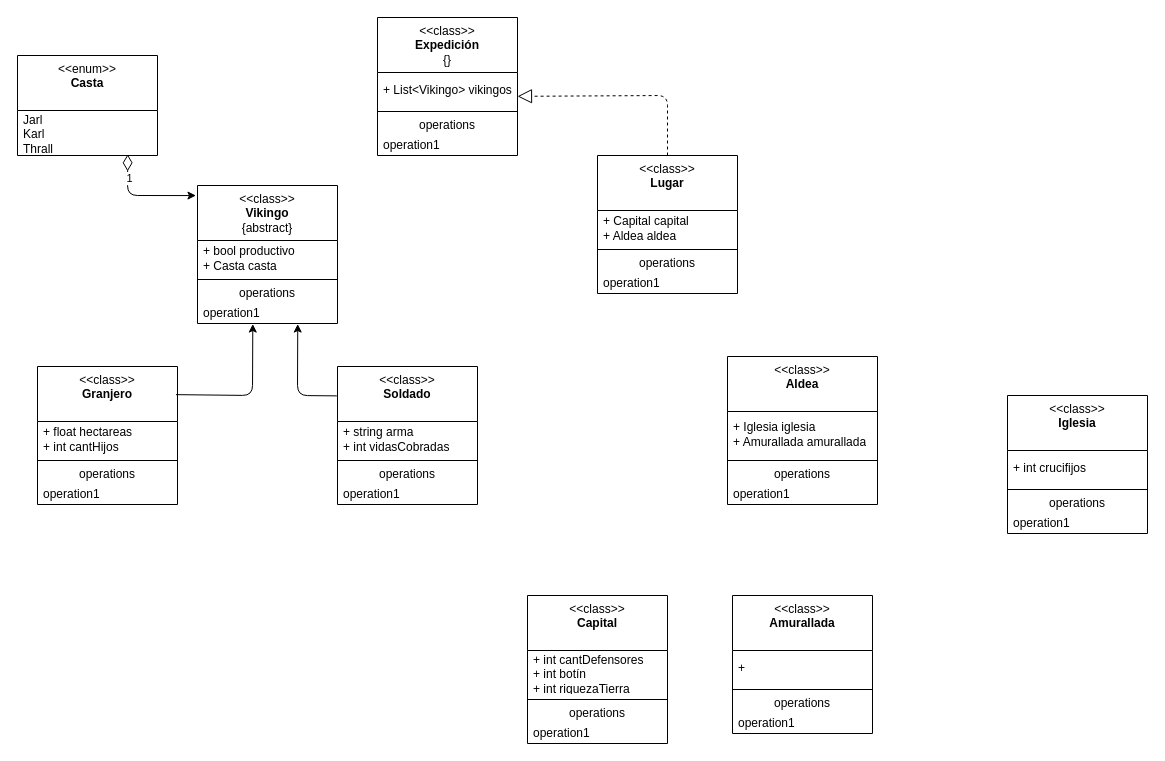
Earlier version of the draw.io diagram Vikingos/UML.drawio (PasandiLuka/TrabajosDuran). Source tidied: cells renumbered, new cells numbered last; positions are measured from the earlier drawing's top-left corner, leaving out a move shared by most shapes. Both pictures are drawn from the tidied source at 100%, with x=0, y=0 at pixel (17, 17).
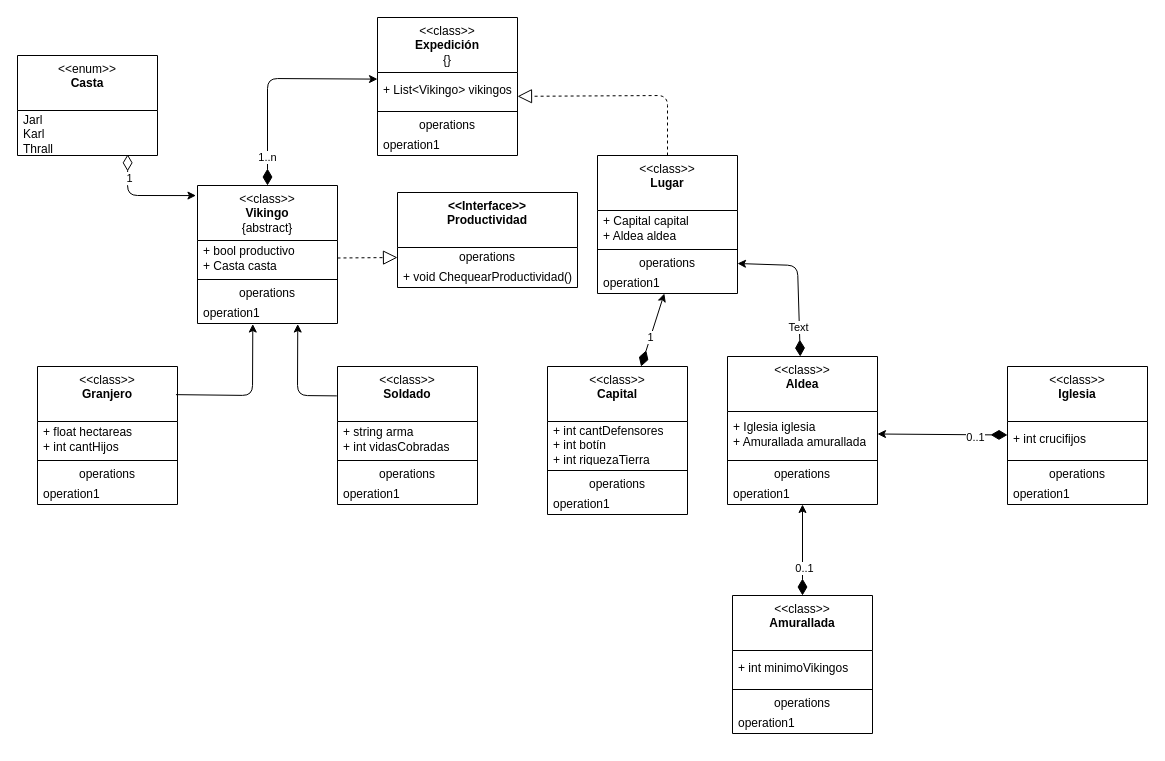
The same page after the edit.

The change refers to these unchanged cells:
```xml
<mxCell id="2" value="&amp;lt;&amp;lt;class&amp;gt;&amp;gt;&lt;br&gt;&lt;b&gt;Vikingo&lt;/b&gt;&lt;br&gt;{abstract}" style="swimlane;fontStyle=0;align=center;verticalAlign=top;horizontal=1;startSize=55;html=1;whiteSpace=wrap;" parent="1" vertex="1">
  <mxGeometry x="180" y="168" width="140" height="138" as="geometry" />
</mxCell>
<mxCell id="3" value="&lt;font style=&quot;color: rgb(0, 0, 0);&quot;&gt;+ bool productivo&lt;/font&gt;&lt;div&gt;&lt;font style=&quot;color: rgb(0, 0, 0);&quot;&gt;+ Casta casta&lt;/font&gt;&lt;/div&gt;" style="text;html=1;strokeColor=none;fillColor=none;align=left;verticalAlign=middle;spacingLeft=4;spacingRight=4;overflow=hidden;points=[[0,0.5],[1,0.5]];portConstraint=eastwest;whiteSpace=wrap;" parent="2" vertex="1">
  <mxGeometry y="55" width="140" height="35" as="geometry" />
</mxCell>
<mxCell id="18" value="+ List&amp;lt;Vikingo&amp;gt; vikingos" style="text;html=1;strokeColor=none;fillColor=none;align=left;verticalAlign=middle;spacingLeft=4;spacingRight=4;overflow=hidden;points=[[0,0.5],[1,0.5]];portConstraint=eastwest;whiteSpace=wrap;" parent="17" vertex="1">
  <mxGeometry y="55" width="140" height="35" as="geometry" />
</mxCell>
<mxCell id="25" value="operations" style="text;html=1;strokeColor=none;fillColor=none;align=center;verticalAlign=middle;spacingLeft=4;spacingRight=4;overflow=hidden;points=[[0,0.5],[1,0.5]];portConstraint=eastwest;whiteSpace=wrap;" parent="22" vertex="1">
  <mxGeometry y="98" width="140" height="20" as="geometry" />
</mxCell>
<mxCell id="26" value="operation1" style="text;html=1;strokeColor=none;fillColor=none;align=left;verticalAlign=middle;spacingLeft=4;spacingRight=4;overflow=hidden;points=[[0,0.5],[1,0.5]];portConstraint=eastwest;whiteSpace=wrap;" parent="22" vertex="1">
  <mxGeometry y="118" width="140" height="20" as="geometry" />
</mxCell>
<mxCell id="27" value="&amp;lt;&amp;lt;class&amp;gt;&amp;gt;&lt;br&gt;&lt;b&gt;Aldea&lt;/b&gt;" style="swimlane;fontStyle=0;align=center;verticalAlign=top;horizontal=1;startSize=55;html=1;whiteSpace=wrap;" parent="1" vertex="1">
  <mxGeometry x="710" y="339" width="150" height="148" as="geometry" />
</mxCell>
<mxCell id="28" value="&lt;font style=&quot;color: rgb(0, 0, 0);&quot;&gt;+ Iglesia iglesia&lt;/font&gt;&lt;div&gt;&lt;font style=&quot;color: rgb(0, 0, 0);&quot;&gt;+ Amurallada amurallada&lt;/font&gt;&lt;/div&gt;" style="text;html=1;strokeColor=none;fillColor=none;align=left;verticalAlign=middle;spacingLeft=4;spacingRight=4;overflow=hidden;points=[[0,0.5],[1,0.5]];portConstraint=eastwest;whiteSpace=wrap;" parent="27" vertex="1">
  <mxGeometry y="55" width="150" height="45" as="geometry" />
</mxCell>
<mxCell id="31" value="operation1" style="text;html=1;strokeColor=none;fillColor=none;align=left;verticalAlign=middle;spacingLeft=4;spacingRight=4;overflow=hidden;points=[[0,0.5],[1,0.5]];portConstraint=eastwest;whiteSpace=wrap;" parent="27" vertex="1">
  <mxGeometry y="128" width="150" height="20" as="geometry" />
</mxCell>
<mxCell id="46" value="&amp;lt;&amp;lt;class&amp;gt;&amp;gt;&lt;br&gt;&lt;b&gt;Amurallada&lt;/b&gt;" style="swimlane;fontStyle=0;align=center;verticalAlign=top;horizontal=1;startSize=55;html=1;whiteSpace=wrap;" parent="1" vertex="1">
  <mxGeometry x="715" y="578" width="140" height="138" as="geometry" />
</mxCell>
```

Change to the diagram source:
```diff
@@
+    <mxCell id="54" style="endArrow=block;dashed=1;endFill=0;endSize=12;html=1;exitX=1;exitY=0.5;exitDx=0;exitDy=0;entryX=0;entryY=0.5;entryDx=0;entryDy=0;" parent="1" edge="1" source="3" target="66">
+      <mxGeometry relative="1" as="geometry" />
+    </mxCell>
@@
+    <mxCell id="55" style="startArrow=diamondThin;startSize=14;startFill=1;entryX=1;entryY=0.5;entryDx=0;entryDy=0;" parent="1" edge="1" source="27" target="25">
+      <mxGeometry relative="1" as="geometry">
+        <Array as="points">
+          <mxPoint x="780" y="248" />
+        </Array>
+      </mxGeometry>
+    </mxCell>
+    <mxCell id="56" value="Text" style="edgeLabel;html=1;align=center;verticalAlign=middle;" parent="55" vertex="1">
+      <mxGeometry x="-0.6" y="1" relative="1" as="geometry" />
+    </mxCell>
@@
+    <mxCell id="57" style="startArrow=diamondThin;startSize=14;startFill=1;" parent="1" edge="1" source="32" target="26">
+      <mxGeometry relative="1" as="geometry" />
+    </mxCell>
+    <mxCell id="58" value="1" style="edgeLabel;html=1;align=center;verticalAlign=middle;" parent="57" vertex="1">
+      <mxGeometry x="-0.19" relative="1" as="geometry" />
+    </mxCell>
     <mxCell id="32" value="&amp;lt;&amp;lt;class&amp;gt;&amp;gt;&lt;br&gt;&lt;b&gt;&lt;font style=&quot;color: rgb(0, 0, 0);&quot;&gt;Capital&lt;/font&gt;&lt;/b&gt;" style="swimlane;fontStyle=0;align=center;verticalAlign=top;horizontal=1;startSize=55;html=1;whiteSpace=wrap;" parent="1" vertex="1">
-      <mxGeometry x="510" y="578" width="140" height="148" as="geometry" />
+      <mxGeometry x="530" y="349" width="140" height="148" as="geometry" />
     </mxCell>
@@
+    <mxCell id="59" style="startArrow=diamondThin;startSize=14;startFill=1;entryX=1;entryY=0.5;entryDx=0;entryDy=0;" parent="1" edge="1" source="41" target="28">
+      <mxGeometry relative="1" as="geometry" />
+    </mxCell>
+    <mxCell id="60" value="0..1" style="edgeLabel;html=1;align=center;verticalAlign=middle;" parent="59" vertex="1">
+      <mxGeometry x="-0.51" y="2" relative="1" as="geometry" />
+    </mxCell>
     <mxCell id="41" value="&amp;lt;&amp;lt;class&amp;gt;&amp;gt;&lt;br&gt;&lt;b&gt;Iglesia&lt;/b&gt;" style="swimlane;fontStyle=0;align=center;verticalAlign=top;horizontal=1;startSize=55;html=1;whiteSpace=wrap;" parent="1" vertex="1">
-      <mxGeometry x="990" y="378" width="140" height="138" as="geometry" />
+      <mxGeometry x="990" y="349" width="140" height="138" as="geometry" />
     </mxCell>
@@
+    <mxCell id="61" style="startArrow=diamondThin;startSize=14;startFill=1;" parent="1" edge="1" source="46" target="31">
+      <mxGeometry relative="1" as="geometry" />
+    </mxCell>
+    <mxCell id="62" value="0..1" style="edgeLabel;html=1;align=center;verticalAlign=middle;" parent="61" vertex="1">
+      <mxGeometry x="-0.38" y="-1" relative="1" as="geometry" />
+    </mxCell>
@@
-    <mxCell id="47" value="+" style="text;html=1;strokeColor=none;fillColor=none;align=left;verticalAlign=middle;spacingLeft=4;spacingRight=4;overflow=hidden;whiteSpace=wrap;" parent="46" vertex="1">
+    <mxCell id="47" value="+ int minimoVikingos" style="text;html=1;strokeColor=none;fillColor=none;align=left;verticalAlign=middle;spacingLeft=4;spacingRight=4;overflow=hidden;whiteSpace=wrap;" parent="46" vertex="1">
       <mxGeometry y="55" width="140" height="35" as="geometry" />
     </mxCell>
@@
+    <mxCell id="63" style="startArrow=diamondThin;startSize=14;startFill=1;entryX=0;entryY=0.189;entryDx=0;entryDy=0;entryPerimeter=0;" parent="1" edge="1" source="2" target="18">
+      <mxGeometry relative="1" as="geometry">
+        <Array as="points">
+          <mxPoint x="250" y="61" />
+        </Array>
+      </mxGeometry>
+    </mxCell>
+    <mxCell id="64" value="1..n" style="edgeLabel;html=1;align=center;verticalAlign=middle;" parent="63" vertex="1">
+      <mxGeometry x="-0.73" y="1" relative="1" as="geometry" />
+    </mxCell>
+    <mxCell id="65" value="&lt;font style=&quot;color: rgb(0, 0, 0);&quot;&gt;&lt;b&gt;&amp;lt;&amp;lt;Interface&amp;gt;&amp;gt;&lt;br&gt;Productividad&lt;/b&gt;&lt;/font&gt;" style="swimlane;fontStyle=0;align=center;verticalAlign=top;horizontal=1;startSize=55;html=1;whiteSpace=wrap;" parent="1" vertex="1">
+      <mxGeometry x="380" y="175" width="180" height="95" as="geometry" />
+    </mxCell>
+    <mxCell id="66" value="operations" style="text;html=1;strokeColor=none;fillColor=none;align=center;verticalAlign=middle;spacingLeft=4;spacingRight=4;overflow=hidden;points=[[0,0.5],[1,0.5]];portConstraint=eastwest;whiteSpace=wrap;" parent="65" vertex="1">
+      <mxGeometry y="55" width="180" height="20" as="geometry" />
+    </mxCell>
+    <mxCell id="67" value="+ void ChequearProductividad()" style="text;html=1;strokeColor=none;fillColor=none;align=left;verticalAlign=middle;spacingLeft=4;spacingRight=4;overflow=hidden;whiteSpace=wrap;" parent="65" vertex="1">
+      <mxGeometry y="75" width="180" height="20" as="geometry" />
+    </mxCell>
```
